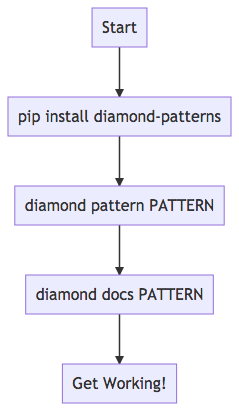
Before: docs/_charts/launch-flowchart.png, a diagram exported from Mermaid (iandennismiller/diamond-patterns). Its source is kept beside it as docs/_charts/launch-flowchart.mmd. The source it was exported from:
```mermaid
graph TD;
  start["Start"] --> req["pip install diamond-patterns"];
  req --> pattern["diamond pattern PATTERN"];
  pattern --> docs["diamond docs PATTERN"];
  docs --> working["Get Working!"];
```
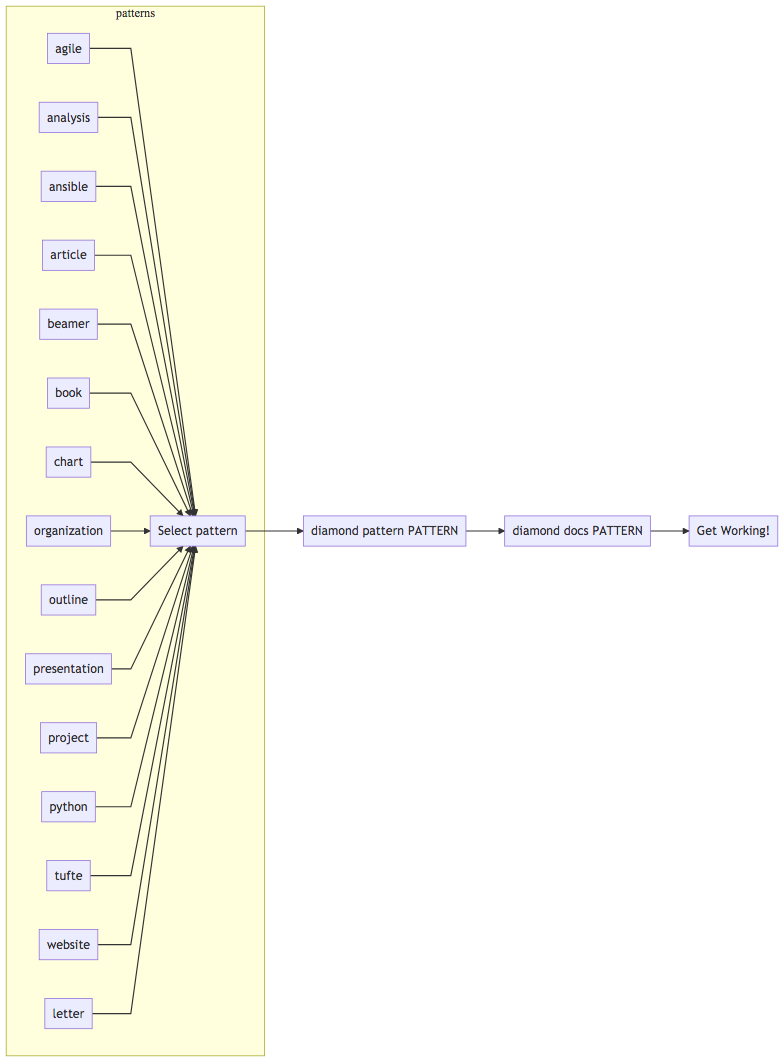
The same diagram one commit later.

Commit message:
rethink launch

The edit, as a diff of the source:
```diff
@@ -1,5 +1,22 @@
-graph TD;
-  start["Start"] --> req["pip install diamond-patterns"];
-  req --> pattern["diamond pattern PATTERN"];
+graph LR;
+  select["Select pattern"] --> pattern["diamond pattern PATTERN"];
   pattern --> docs["diamond docs PATTERN"];
   docs --> working["Get Working!"];
+
+subgraph patterns
+  agile --> select;
+  analysis --> select;
+  ansible --> select;
+  article --> select;
+  beamer --> select;
+  book --> select;
+  chart --> select;
+  organization --> select;
+  outline --> select;
+  presentation --> select;
+  project --> select;
+  python --> select;
+  tufte --> select;
+  website --> select;
+  letter --> select;
+end
```
